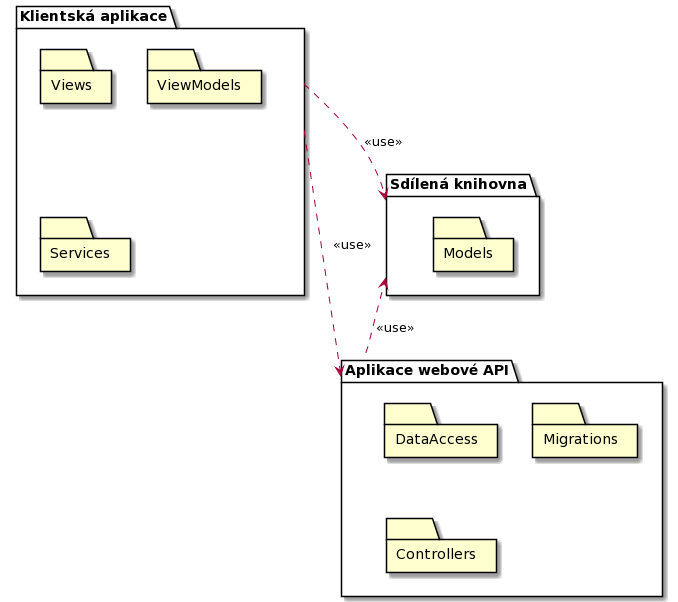
Earlier version of the PlantUML export dokumentace architektury/architektura 1/assets/prodejni_system_high_level_module_view.png (MichalMoudry/4IT575-seminarni-prace).
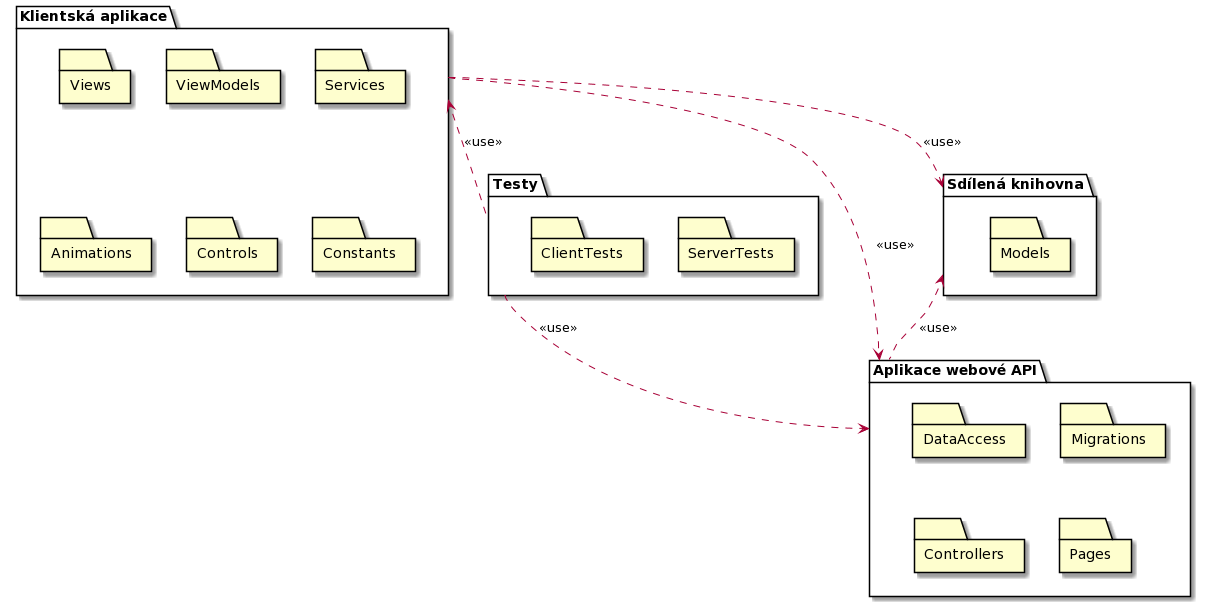
Later version of the same file.

Commit message:
Updated module view

The edit, as a diff of the source:
```diff
@@ -1,27 +1,43 @@
 @startuml
 package "Klientská aplikace" as clientApp {
 
-folder "Views"
+    folder "Views"
 
-folder "ViewModels"
+    folder "ViewModels"
 
-folder "Services"
+    folder "Services"
+
+    folder "Animations"
+
+    folder "Controls"
+
+    folder "Constants"
 
 }
 
 package "Aplikace webové API" as webApp {
 
-folder "DataAccess"
+    folder "DataAccess"
 
-folder "Migrations"
+    folder "Migrations"
 
-folder "Controllers"
+    folder "Controllers"
+
+    folder "Pages"
 
 }
 
 package "Sdílená knihovna" as sharedLibrary {
 
-folder "Models"
+    folder "Models"
+
+}
+
+package "Testy" as tests {
+
+    folder "ServerTests"
+
+    folder "ClientTests"
 
 }
 
@@ -30,4 +46,8 @@
 clientApp ..> sharedLibrary : "<<use>>"
 
 clientApp ..> webApp : "<<use>>"
+
+tests .left.> clientApp : "<<use>>"
+
+tests .down.> webApp : "<<use>>"
 @enduml
```
